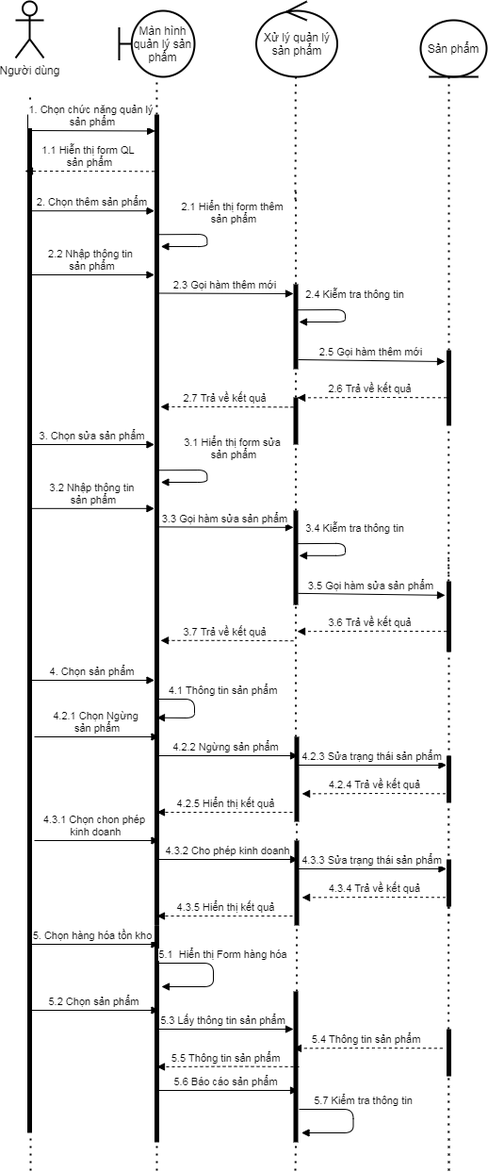
Earlier version of the draw.io export Diagram/Sequence/QL_HangHoa.png (TccKaiCi/PTTK_CuaHangGiay). Source tidied: cells renumbered, new cells last; positions are measured from the earlier drawing's top-left corner, leaving out a move shared by most shapes.
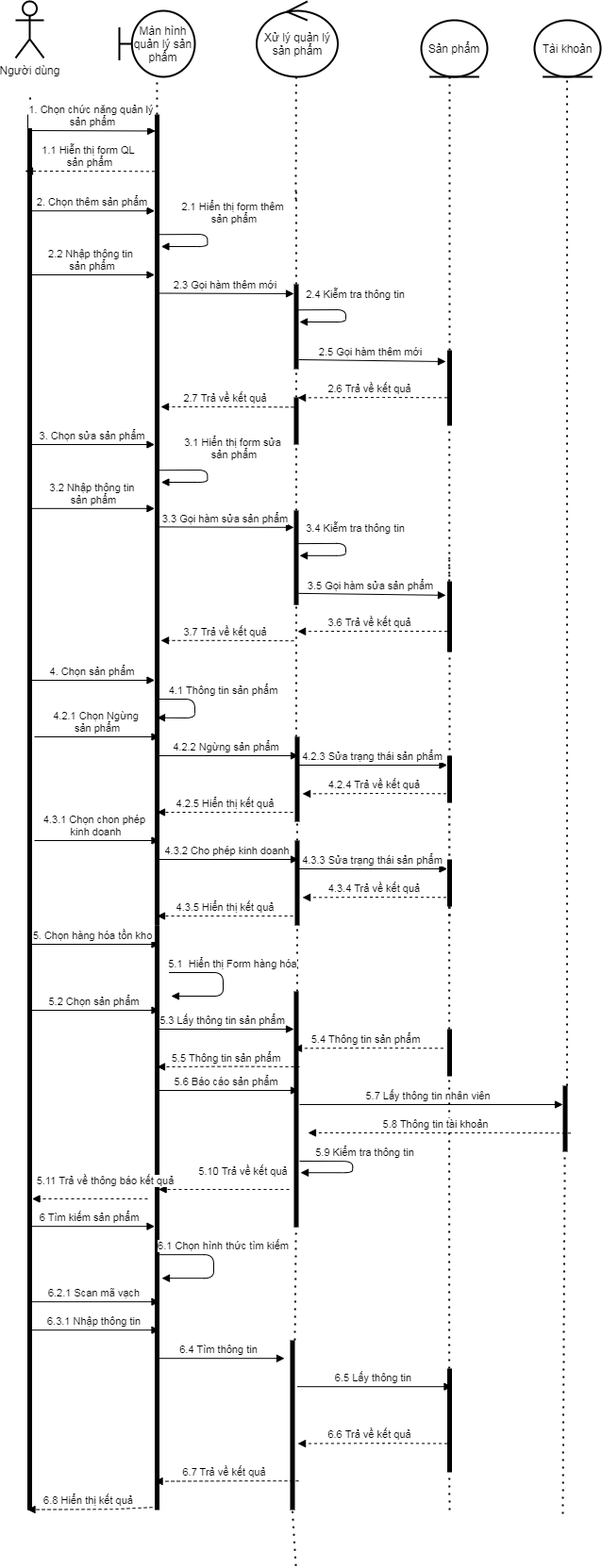
The same file after the commit.

Diff of the diagram source:
```diff
@@ -17,11 +17,12 @@
       <mxGeometry x="430" y="20" width="70" height="60" as="geometry" />
     </mxCell>
     <mxCell id="6" style="html=1;points=[];perimeter=orthogonalPerimeter;fillColor=#000000;strokeColor=none;" parent="1" vertex="1">
-      <mxGeometry x="12.5" y="120" width="5" height="1080" as="geometry" />
+      <mxGeometry x="12.5" y="120" width="5" height="1480" as="geometry" />
     </mxCell>
-    <mxCell id="7" style="endArrow=none;dashed=1;html=1;dashPattern=1 3;strokeWidth=2;" parent="1" edge="1" target="6">
+    <mxCell id="7" style="endArrow=none;dashed=1;html=1;dashPattern=1 3;strokeWidth=2;" parent="1" edge="1">
       <mxGeometry relative="1" as="geometry">
-        <mxPoint x="16" y="1240" as="sourcePoint" />
+        <mxPoint x="16" y="1299.2" as="sourcePoint" />
+        <mxPoint x="16" y="1389.2" as="targetPoint" />
       </mxGeometry>
     </mxCell>
     <mxCell id="8" style="endArrow=none;dashed=1;html=1;dashPattern=1 3;strokeWidth=2;entryX=0.499;entryY=1.005;entryDx=0;entryDy=0;entryPerimeter=0;" parent="1" edge="1" source="11" target="4">
@@ -346,11 +347,12 @@
       </mxGeometry>
     </mxCell>
     <mxCell id="66" style="html=1;points=[];perimeter=orthogonalPerimeter;fillColor=#000000;strokeColor=none;" parent="1" vertex="1">
-      <mxGeometry x="147.5" y="980" width="5" height="230" as="geometry" />
+      <mxGeometry x="147.5" y="980" width="5" height="620" as="geometry" />
     </mxCell>
-    <mxCell id="67" style="endArrow=none;dashed=1;html=1;dashPattern=1 3;strokeWidth=2;entryX=0.499;entryY=1.005;entryDx=0;entryDy=0;entryPerimeter=0;" parent="1" edge="1" target="66">
+    <mxCell id="67" style="endArrow=none;dashed=1;html=1;dashPattern=1 3;strokeWidth=2;" parent="1" edge="1">
       <mxGeometry relative="1" as="geometry">
-        <mxPoint x="150" y="1240" as="sourcePoint" />
+        <mxPoint x="150" y="1299.2" as="sourcePoint" />
+        <mxPoint x="150" y="1409.2" as="targetPoint" />
       </mxGeometry>
     </mxCell>
     <mxCell id="68" value="5. Chọn hàng hóa tồn kho&amp;nbsp;" style="html=1;verticalAlign=bottom;endArrow=block;" parent="1" edge="1">
@@ -371,13 +373,13 @@
         <mxPoint x="152.5" y="890" as="targetPoint" />
       </mxGeometry>
     </mxCell>
-    <mxCell id="71" value="5.1&amp;nbsp; Hiển thị Form hàng hóa" style="html=1;verticalAlign=bottom;endArrow=block;" parent="1" edge="1">
+    <mxCell id="71" value="6.1 Chọn hình thức tìm kiếm" style="html=1;verticalAlign=bottom;endArrow=block;" parent="1" edge="1">
       <mxGeometry x="-0.16" y="10" relative="1" as="geometry">
-        <mxPoint x="152.5" y="1020" as="sourcePoint" />
-        <mxPoint x="155" y="1045" as="targetPoint" />
+        <mxPoint x="152.5" y="1329.2" as="sourcePoint" />
+        <mxPoint x="155" y="1354.2" as="targetPoint" />
         <Array as="points">
-          <mxPoint x="210" y="1020" />
-          <mxPoint x="210" y="1045" />
+          <mxPoint x="210" y="1329.2" />
+          <mxPoint x="210" y="1354.2" />
         </Array>
       </mxGeometry>
     </mxCell>
@@ -388,11 +390,11 @@
       </mxGeometry>
     </mxCell>
     <mxCell id="73" style="html=1;points=[];perimeter=orthogonalPerimeter;fillColor=#000000;strokeColor=none;" parent="1" vertex="1">
-      <mxGeometry x="295" y="1050" width="5" height="160" as="geometry" />
+      <mxGeometry x="295" y="1050" width="5" height="250" as="geometry" />
     </mxCell>
-    <mxCell id="74" style="endArrow=none;dashed=1;html=1;dashPattern=1 3;strokeWidth=2;entryX=0.499;entryY=1.005;entryDx=0;entryDy=0;entryPerimeter=0;" parent="1" edge="1" target="73">
+    <mxCell id="74" style="endArrow=none;dashed=1;html=1;dashPattern=1 3;strokeWidth=2;entryX=0.499;entryY=1.005;entryDx=0;entryDy=0;entryPerimeter=0;" parent="1" edge="1" source="101">
       <mxGeometry relative="1" as="geometry">
-        <mxPoint x="297" y="1240" as="sourcePoint" />
+        <mxPoint x="297.5" y="1270" as="targetPoint" />
       </mxGeometry>
     </mxCell>
     <mxCell id="75" value="5.2 Chọn sản phẩm" style="html=1;verticalAlign=bottom;endArrow=block;" parent="1" edge="1">
@@ -401,14 +403,15 @@
         <mxPoint x="152.5" y="1070" as="targetPoint" />
       </mxGeometry>
     </mxCell>
-    <mxCell id="76" value="5.7 Kiểm tra thông tin" style="html=1;verticalAlign=bottom;endArrow=block;" parent="1" edge="1">
-      <mxGeometry x="-0.16" y="10" relative="1" as="geometry">
-        <mxPoint x="301" y="1175" as="sourcePoint" />
-        <mxPoint x="303.5" y="1200" as="targetPoint" />
+    <mxCell id="76" value="5.9 Kiểm tra thông tin" style="html=1;verticalAlign=bottom;endArrow=block;exitX=1.5;exitY=0.861;exitDx=0;exitDy=0;exitPerimeter=0;" parent="1" edge="1">
+      <mxGeometry x="-0.09" y="12" relative="1" as="geometry">
+        <mxPoint x="301" y="1230" as="sourcePoint" />
+        <mxPoint x="302" y="1242.2" as="targetPoint" />
         <Array as="points">
-          <mxPoint x="358.5" y="1175" />
-          <mxPoint x="358.5" y="1200" />
+          <mxPoint x="357.5" y="1230.2" />
+          <mxPoint x="357" y="1242.2" />
         </Array>
+        <mxPoint y="-1" as="offset" />
       </mxGeometry>
     </mxCell>
     <mxCell id="77" value="5.3 Lấy thông tin sản phẩm" style="html=1;verticalAlign=bottom;endArrow=block;" parent="1" edge="1" target="73">
@@ -437,10 +440,134 @@
     <mxCell id="80" style="html=1;points=[];perimeter=orthogonalPerimeter;fillColor=#000000;strokeColor=none;" parent="1" vertex="1">
       <mxGeometry x="457.5" y="1090" width="5" height="50" as="geometry" />
     </mxCell>
-    <mxCell id="81" style="endArrow=none;dashed=1;html=1;dashPattern=1 3;strokeWidth=2;entryX=0.429;entryY=1;entryDx=0;entryDy=0;entryPerimeter=0;" parent="1" edge="1" target="80">
-      <mxGeometry relative="1" as="geometry">
-        <mxPoint x="460" y="1240" as="sourcePoint" />
-      </mxGeometry>
+    <mxCell id="81" style="endArrow=none;dashed=1;html=1;dashPattern=1 3;strokeWidth=2;entryX=0.429;entryY=1;entryDx=0;entryDy=0;entryPerimeter=0;" parent="1" edge="1" source="99" target="80">
+      <mxGeometry relative="1" as="geometry" />
     </mxCell>
+    <mxCell id="82" value="6 Tìm kiếm sản phẩm" style="html=1;verticalAlign=bottom;endArrow=block;" parent="1" edge="1">
+      <mxGeometry x="-0.02" relative="1" as="geometry">
+        <mxPoint x="12.5" y="1299.2" as="sourcePoint" />
+        <mxPoint x="147.5" y="1299.2" as="targetPoint" />
+      </mxGeometry>
+    </mxCell>
+    <mxCell id="83" value="5.1&amp;nbsp; Hiển thị Form hàng hóa" style="html=1;verticalAlign=bottom;endArrow=block;" parent="1" edge="1">
+      <mxGeometry x="-0.16" y="10" relative="1" as="geometry">
+        <mxPoint x="162.5" y="1030" as="sourcePoint" />
+        <mxPoint x="165" y="1055" as="targetPoint" />
+        <Array as="points">
+          <mxPoint x="220" y="1030" />
+          <mxPoint x="220" y="1055" />
+        </Array>
+      </mxGeometry>
+    </mxCell>
+    <mxCell id="84" value="6.2.1 Scan mã vạch" style="html=1;verticalAlign=bottom;endArrow=block;" parent="1" edge="1">
+      <mxGeometry x="-0.02" relative="1" as="geometry">
+        <mxPoint x="17.5" y="1379.2" as="sourcePoint" />
+        <mxPoint x="152.5" y="1379.2" as="targetPoint" />
+      </mxGeometry>
+    </mxCell>
+    <mxCell id="85" value="6.4 Tìm thông tin" style="html=1;verticalAlign=bottom;endArrow=block;" parent="1" edge="1">
+      <mxGeometry x="-0.02" relative="1" as="geometry">
+        <mxPoint x="147.5" y="1439.2" as="sourcePoint" />
+        <mxPoint x="285" y="1439.2" as="targetPoint" />
+      </mxGeometry>
+    </mxCell>
+    <mxCell id="86" value="6.5 Lấy thông tin" style="html=1;verticalAlign=bottom;endArrow=block;" parent="1" edge="1">
+      <mxGeometry x="-0.02" relative="1" as="geometry">
+        <mxPoint x="298.5" y="1469.2" as="sourcePoint" />
+        <mxPoint x="462.5" y="1469.2" as="targetPoint" />
+      </mxGeometry>
+    </mxCell>
+    <mxCell id="87" value="6.3.1 Nhập thông tin" style="html=1;verticalAlign=bottom;endArrow=block;" parent="1" edge="1">
+      <mxGeometry x="-0.02" relative="1" as="geometry">
+        <mxPoint x="17.5" y="1409.2" as="sourcePoint" />
+        <mxPoint x="152.5" y="1409.2" as="targetPoint" />
+      </mxGeometry>
+    </mxCell>
+    <mxCell id="88" value="6.6 Trả về kết quả" style="html=1;verticalAlign=bottom;endArrow=block;dashed=1;entryX=0.821;entryY=0.008;entryDx=0;entryDy=0;entryPerimeter=0;" parent="1" edge="1">
+      <mxGeometry x="0.03" relative="1" as="geometry">
+        <mxPoint x="457.5" y="1529.5" as="sourcePoint" />
+        <mxPoint x="299.1" y="1529.6" as="targetPoint" />
+        <Array as="points">
+          <mxPoint x="390" y="1529.2" />
+        </Array>
+      </mxGeometry>
+    </mxCell>
+    <mxCell id="89" value="6.7&amp;nbsp;Trả về kết quả" style="html=1;verticalAlign=bottom;endArrow=block;dashed=1;entryX=0.821;entryY=0.008;entryDx=0;entryDy=0;entryPerimeter=0;" parent="1" edge="1">
+      <mxGeometry x="0.03" relative="1" as="geometry">
+        <mxPoint x="300" y="1569.2" as="sourcePoint" />
+        <mxPoint x="147.5" y="1569.6" as="targetPoint" />
+        <Array as="points">
+          <mxPoint x="238.4" y="1569.2" />
+        </Array>
+      </mxGeometry>
+    </mxCell>
+    <mxCell id="90" value="6.8 Hiển thị kết quả" style="html=1;verticalAlign=bottom;endArrow=block;dashed=1;entryX=0.821;entryY=0.008;entryDx=0;entryDy=0;entryPerimeter=0;exitX=-0.5;exitY=0.9;exitDx=0;exitDy=0;exitPerimeter=0;" parent="1" edge="1">
+      <mxGeometry x="0.03" relative="1" as="geometry">
+        <mxPoint x="145" y="1597.2" as="sourcePoint" />
+        <mxPoint x="12.5" y="1599.6" as="targetPoint" />
+        <Array as="points">
+          <mxPoint x="103.4" y="1599.2" />
+        </Array>
+      </mxGeometry>
+    </mxCell>
+    <mxCell id="91" value="Tài khoản" style="ellipse;shape=umlEntity;whiteSpace=wrap;html=1;strokeWidth=2;fillColor=none;gradientColor=none;" parent="1" vertex="1">
+      <mxGeometry x="550" y="20" width="70" height="60" as="geometry" />
+    </mxCell>
+    <mxCell id="92" style="endArrow=none;dashed=1;html=1;dashPattern=1 3;strokeWidth=2;entryX=0.429;entryY=1;entryDx=0;entryDy=0;entryPerimeter=0;" parent="1" edge="1" source="95">
+      <mxGeometry relative="1" as="geometry">
+        <mxPoint x="584.5" y="80" as="targetPoint" />
+      </mxGeometry>
+    </mxCell>
+    <mxCell id="93" value="5.7 Lấy thông tin nhân viên" style="html=1;verticalAlign=bottom;endArrow=block;" parent="1" edge="1">
+      <mxGeometry x="-0.02" relative="1" as="geometry">
+        <mxPoint x="301" y="1170" as="sourcePoint" />
+        <mxPoint x="580" y="1170" as="targetPoint" />
+      </mxGeometry>
+    </mxCell>
+    <mxCell id="94" value="5.8 Thông tin tài khoản" style="html=1;verticalAlign=bottom;endArrow=block;dashed=1;" parent="1" edge="1">
+      <mxGeometry x="0.03" relative="1" as="geometry">
+        <mxPoint x="588.4" y="1200.3" as="sourcePoint" />
+        <mxPoint x="310" y="1200" as="targetPoint" />
+        <Array as="points">
+          <mxPoint x="520.9" y="1200" />
+        </Array>
+      </mxGeometry>
+    </mxCell>
+    <mxCell id="95" style="html=1;points=[];perimeter=orthogonalPerimeter;fillColor=#000000;strokeColor=none;" parent="1" vertex="1">
+      <mxGeometry x="580" y="1150" width="5" height="70" as="geometry" />
+    </mxCell>
+    <mxCell id="96" style="endArrow=none;dashed=1;html=1;dashPattern=1 3;strokeWidth=2;entryX=0.429;entryY=1;entryDx=0;entryDy=0;entryPerimeter=0;" parent="1" edge="1" target="95">
+      <mxGeometry relative="1" as="geometry">
+        <mxPoint x="580" y="1604" as="sourcePoint" />
+      </mxGeometry>
+    </mxCell>
+    <mxCell id="97" value="5.10 Trả về kết quả" style="html=1;verticalAlign=bottom;endArrow=block;dashed=1;" parent="1" edge="1">
+      <mxGeometry x="-0.28" y="-10" relative="1" as="geometry">
+        <mxPoint x="290" y="1260" as="sourcePoint" />
+        <mxPoint x="151.6" y="1260" as="targetPoint" />
+      </mxGeometry>
+    </mxCell>
+    <mxCell id="98" value="5.11 Trả về thông báo kết quả" style="html=1;verticalAlign=bottom;endArrow=block;dashed=1;" parent="1" edge="1">
+      <mxGeometry x="-0.28" y="-10" relative="1" as="geometry">
+        <mxPoint x="140" y="1270" as="sourcePoint" />
+        <mxPoint x="17.5" y="1270" as="targetPoint" />
+      </mxGeometry>
+    </mxCell>
+    <mxCell id="99" style="html=1;points=[];perimeter=orthogonalPerimeter;fillColor=#000000;strokeColor=none;" parent="1" vertex="1">
+      <mxGeometry x="457.5" y="1450" width="5" height="110" as="geometry" />
+    </mxCell>
+    <mxCell id="100" style="endArrow=none;dashed=1;html=1;dashPattern=1 3;strokeWidth=2;entryX=0.429;entryY=1;entryDx=0;entryDy=0;entryPerimeter=0;" parent="1" edge="1" target="99">
+      <mxGeometry relative="1" as="geometry">
+        <mxPoint x="460" y="1600" as="sourcePoint" />
+      </mxGeometry>
+    </mxCell>
+    <mxCell id="101" style="html=1;points=[];perimeter=orthogonalPerimeter;fillColor=#000000;strokeColor=none;" parent="1" vertex="1">
+      <mxGeometry x="291" y="1420" width="5" height="180" as="geometry" />
+    </mxCell>
+    <mxCell id="102" style="endArrow=none;dashed=1;html=1;dashPattern=1 3;strokeWidth=2;entryX=0.499;entryY=1.005;entryDx=0;entryDy=0;entryPerimeter=0;" parent="1" edge="1" target="101">
+      <mxGeometry relative="1" as="geometry">
+        <mxPoint x="297" y="1659.2" as="sourcePoint" />
+      </mxGeometry>
+    </mxCell>
   </root>
 </mxGraphModel>
```
